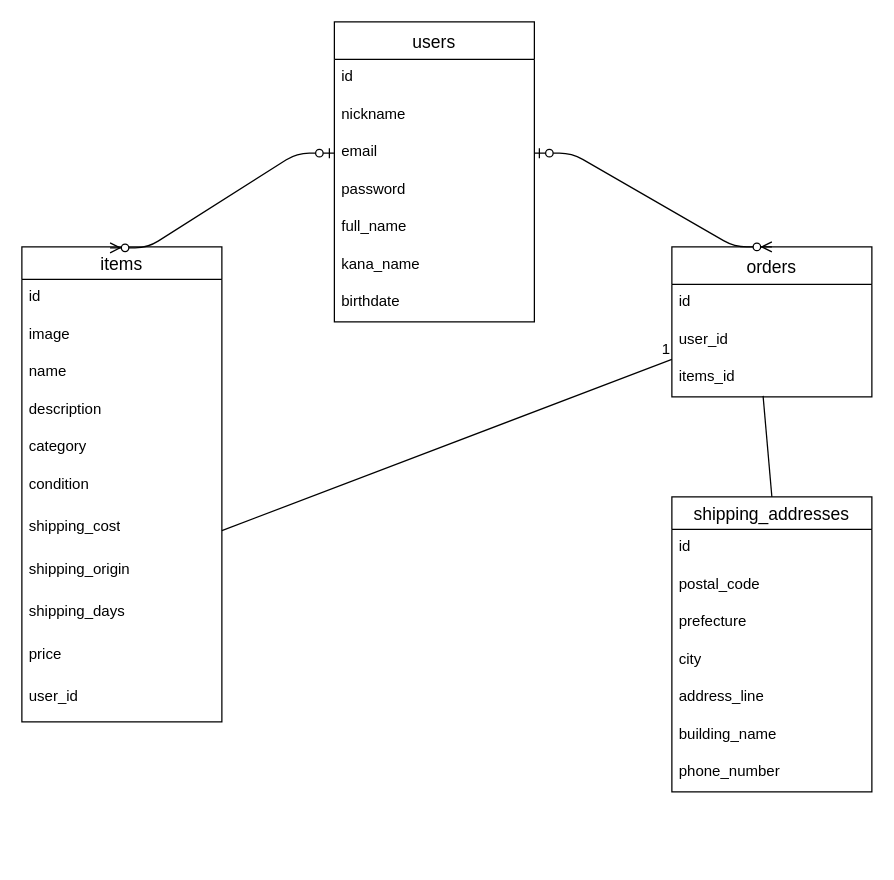
Before: furima-41578.dio in kei0316/furima-41578, a draw.io diagram. Source tidied: cells renumbered, new cells numbered last; positions are measured from the earlier drawing's top-left corner, leaving out a move shared by most shapes. Both pictures are drawn from the tidied source at 125%, with x=0, y=0 at pixel (21, 21).
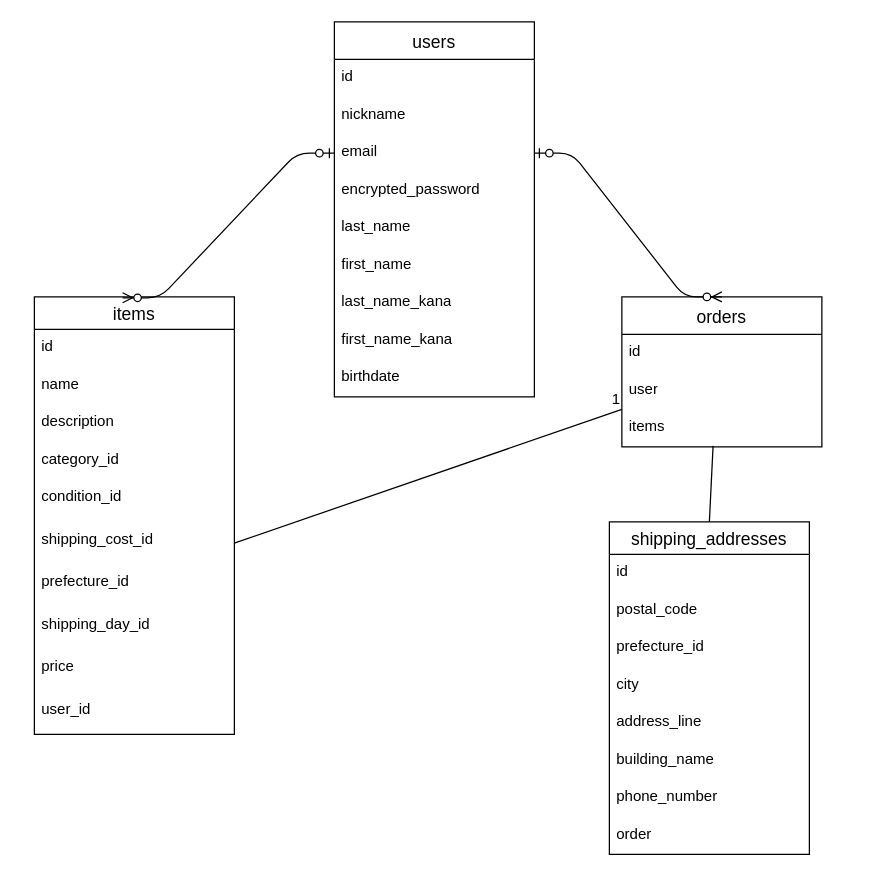
After the change.

Commit message (it also covers changes not shown here):
修正しました。

Diff of the diagram source:
```diff
@@
     <mxCell id="2" value="items" style="swimlane;fontStyle=0;horizontal=1;startSize=26;align=center;fontSize=14;" parent="1" vertex="1">
-      <mxGeometry y="180" width="160" height="380" as="geometry" />
+      <mxGeometry x="10" y="220" width="160" height="350" as="geometry" />
     </mxCell>
@@
-    <mxCell id="4" value="image" style="text;strokeColor=none;fillColor=none;spacingLeft=4;spacingRight=4;overflow=hidden;fontSize=12;whiteSpace=wrap;html=1;" parent="2" vertex="1">
-      <mxGeometry y="56" width="160" height="30" as="geometry" />
-    </mxCell>
     <mxCell id="5" value="name" style="text;strokeColor=none;fillColor=none;spacingLeft=4;spacingRight=4;overflow=hidden;fontSize=12;whiteSpace=wrap;html=1;" parent="2" vertex="1">
-      <mxGeometry y="86" width="160" height="30" as="geometry" />
+      <mxGeometry y="56" width="160" height="30" as="geometry" />
     </mxCell>
     <mxCell id="6" value="description" style="text;strokeColor=none;fillColor=none;spacingLeft=4;spacingRight=4;overflow=hidden;fontSize=12;whiteSpace=wrap;html=1;" parent="2" vertex="1">
-      <mxGeometry y="116" width="160" height="30" as="geometry" />
+      <mxGeometry y="86" width="160" height="30" as="geometry" />
     </mxCell>
-    <mxCell id="7" value="category" style="text;strokeColor=none;fillColor=none;spacingLeft=4;spacingRight=4;overflow=hidden;fontSize=12;whiteSpace=wrap;html=1;" parent="2" vertex="1">
-      <mxGeometry y="146" width="160" height="30" as="geometry" />
+    <mxCell id="7" value="category_id" style="text;strokeColor=none;fillColor=none;spacingLeft=4;spacingRight=4;overflow=hidden;fontSize=12;whiteSpace=wrap;html=1;" parent="2" vertex="1">
+      <mxGeometry y="116" width="160" height="30" as="geometry" />
     </mxCell>
-    <mxCell id="8" value="condition" style="text;strokeColor=none;fillColor=none;spacingLeft=4;spacingRight=4;overflow=hidden;fontSize=12;whiteSpace=wrap;html=1;" parent="2" vertex="1">
-      <mxGeometry y="176" width="160" height="34" as="geometry" />
+    <mxCell id="8" value="condition_id" style="text;strokeColor=none;fillColor=none;spacingLeft=4;spacingRight=4;overflow=hidden;fontSize=12;whiteSpace=wrap;html=1;" parent="2" vertex="1">
+      <mxGeometry y="146" width="160" height="34" as="geometry" />
     </mxCell>
-    <mxCell id="9" value="shipping_cost" style="text;strokeColor=none;fillColor=none;spacingLeft=4;spacingRight=4;overflow=hidden;points=[[0,0.5],[1,0.5]];portConstraint=eastwest;fontSize=12;whiteSpace=wrap;html=1;" parent="2" vertex="1">
-      <mxGeometry y="210" width="160" height="34" as="geometry" />
+    <mxCell id="9" value="shipping_cost_id" style="text;strokeColor=none;fillColor=none;spacingLeft=4;spacingRight=4;overflow=hidden;points=[[0,0.5],[1,0.5]];portConstraint=eastwest;fontSize=12;whiteSpace=wrap;html=1;" parent="2" vertex="1">
+      <mxGeometry y="180" width="160" height="34" as="geometry" />
     </mxCell>
-    <mxCell id="10" value="shipping_origin" style="text;strokeColor=none;fillColor=none;spacingLeft=4;spacingRight=4;overflow=hidden;fontSize=12;whiteSpace=wrap;html=1;" parent="2" vertex="1">
-      <mxGeometry y="244" width="160" height="34" as="geometry" />
+    <mxCell id="10" value="prefecture_id" style="text;strokeColor=none;fillColor=none;spacingLeft=4;spacingRight=4;overflow=hidden;fontSize=12;whiteSpace=wrap;html=1;" parent="2" vertex="1">
+      <mxGeometry y="214" width="160" height="34" as="geometry" />
     </mxCell>
-    <mxCell id="11" value="shipping_days" style="text;strokeColor=none;fillColor=none;spacingLeft=4;spacingRight=4;overflow=hidden;fontSize=12;whiteSpace=wrap;html=1;" parent="2" vertex="1">
-      <mxGeometry y="278" width="160" height="34" as="geometry" />
+    <mxCell id="11" value="shipping_day_id" style="text;strokeColor=none;fillColor=none;spacingLeft=4;spacingRight=4;overflow=hidden;fontSize=12;whiteSpace=wrap;html=1;" parent="2" vertex="1">
+      <mxGeometry y="248" width="160" height="34" as="geometry" />
     </mxCell>
     <mxCell id="12" value="price" style="text;strokeColor=none;fillColor=none;spacingLeft=4;spacingRight=4;overflow=hidden;fontSize=12;whiteSpace=wrap;html=1;" parent="2" vertex="1">
-      <mxGeometry y="312" width="160" height="34" as="geometry" />
+      <mxGeometry y="282" width="160" height="34" as="geometry" />
     </mxCell>
     <mxCell id="13" value="user_id" style="text;strokeColor=none;fillColor=none;spacingLeft=4;spacingRight=4;overflow=hidden;fontSize=12;whiteSpace=wrap;html=1;" parent="2" vertex="1">
-      <mxGeometry y="346" width="160" height="34" as="geometry" />
+      <mxGeometry y="316" width="160" height="34" as="geometry" />
     </mxCell>
     <mxCell id="14" value="orders" style="swimlane;fontStyle=0;horizontal=1;startSize=30;align=center;fontSize=14;" parent="1" vertex="1">
-      <mxGeometry x="520" y="180" width="160" height="120" as="geometry" />
+      <mxGeometry x="480" y="220" width="160" height="120" as="geometry" />
     </mxCell>
@@
-    <mxCell id="16" value="user_id" style="text;strokeColor=none;fillColor=none;spacingLeft=4;spacingRight=4;overflow=hidden;fontSize=12;whiteSpace=wrap;html=1;" parent="14" vertex="1">
+    <mxCell id="16" value="user" style="text;strokeColor=none;fillColor=none;spacingLeft=4;spacingRight=4;overflow=hidden;fontSize=12;whiteSpace=wrap;html=1;" parent="14" vertex="1">
       <mxGeometry y="60" width="160" height="30" as="geometry" />
     </mxCell>
-    <mxCell id="17" value="items_id" style="text;strokeColor=none;fillColor=none;spacingLeft=4;spacingRight=4;overflow=hidden;points=[[0,0.5],[1,0.5]];portConstraint=eastwest;fontSize=12;whiteSpace=wrap;html=1;" parent="14" vertex="1">
+    <mxCell id="17" value="items" style="text;strokeColor=none;fillColor=none;spacingLeft=4;spacingRight=4;overflow=hidden;points=[[0,0.5],[1,0.5]];portConstraint=eastwest;fontSize=12;whiteSpace=wrap;html=1;" parent="14" vertex="1">
       <mxGeometry y="90" width="160" height="30" as="geometry" />
     </mxCell>
     <mxCell id="18" value="users" style="swimlane;fontStyle=0;horizontal=1;startSize=30;align=center;fontSize=14;" parent="1" vertex="1">
-      <mxGeometry x="250" width="160" height="240" as="geometry" />
+      <mxGeometry x="250" width="160" height="300" as="geometry" />
     </mxCell>
@@
-    <mxCell id="22" value="password" style="text;strokeColor=none;fillColor=none;spacingLeft=4;spacingRight=4;overflow=hidden;fontSize=12;whiteSpace=wrap;html=1;" parent="18" vertex="1">
+    <mxCell id="22" value="encrypted_password" style="text;strokeColor=none;fillColor=none;spacingLeft=4;spacingRight=4;overflow=hidden;fontSize=12;whiteSpace=wrap;html=1;" parent="18" vertex="1">
       <mxGeometry y="120" width="160" height="30" as="geometry" />
     </mxCell>
-    <mxCell id="23" value="full_name" style="text;strokeColor=none;fillColor=none;spacingLeft=4;spacingRight=4;overflow=hidden;fontSize=12;whiteSpace=wrap;html=1;" parent="18" vertex="1">
+    <mxCell id="23" value="last_name" style="text;strokeColor=none;fillColor=none;spacingLeft=4;spacingRight=4;overflow=hidden;fontSize=12;whiteSpace=wrap;html=1;" parent="18" vertex="1">
       <mxGeometry y="150" width="160" height="30" as="geometry" />
     </mxCell>
-    <mxCell id="24" value="kana_name" style="text;strokeColor=none;fillColor=none;spacingLeft=4;spacingRight=4;overflow=hidden;fontSize=12;whiteSpace=wrap;html=1;" parent="18" vertex="1">
+    <mxCell id="24" value="first_name" style="text;strokeColor=none;fillColor=none;spacingLeft=4;spacingRight=4;overflow=hidden;fontSize=12;whiteSpace=wrap;html=1;" parent="18" vertex="1">
       <mxGeometry y="180" width="160" height="30" as="geometry" />
     </mxCell>
-    <mxCell id="25" value="birthdate" style="text;strokeColor=none;fillColor=none;spacingLeft=4;spacingRight=4;overflow=hidden;fontSize=12;whiteSpace=wrap;html=1;" parent="18" vertex="1">
+    <mxCell id="25" value="last_name_kana" style="text;strokeColor=none;fillColor=none;spacingLeft=4;spacingRight=4;overflow=hidden;fontSize=12;whiteSpace=wrap;html=1;" parent="18" vertex="1">
       <mxGeometry y="210" width="160" height="30" as="geometry" />
     </mxCell>
+    <mxCell id="39" value="first_name_kana" style="text;strokeColor=none;fillColor=none;spacingLeft=4;spacingRight=4;overflow=hidden;fontSize=12;whiteSpace=wrap;html=1;" parent="18" vertex="1">
+      <mxGeometry y="240" width="160" height="30" as="geometry" />
+    </mxCell>
+    <mxCell id="40" value="birthdate" style="text;strokeColor=none;fillColor=none;spacingLeft=4;spacingRight=4;overflow=hidden;fontSize=12;whiteSpace=wrap;html=1;" parent="18" vertex="1">
+      <mxGeometry y="270" width="160" height="30" as="geometry" />
+    </mxCell>
@@
     <mxCell id="30" value="shipping_addresses" style="swimlane;fontStyle=0;horizontal=1;startSize=26;align=center;fontSize=14;" parent="1" vertex="1">
-      <mxGeometry x="520" y="380" width="160" height="236" as="geometry" />
+      <mxGeometry x="470" y="400" width="160" height="266" as="geometry" />
     </mxCell>
@@
-    <mxCell id="33" value="prefecture" style="text;strokeColor=none;fillColor=none;spacingLeft=4;spacingRight=4;overflow=hidden;fontSize=12;whiteSpace=wrap;html=1;" parent="30" vertex="1">
+    <mxCell id="33" value="prefecture_id" style="text;strokeColor=none;fillColor=none;spacingLeft=4;spacingRight=4;overflow=hidden;fontSize=12;whiteSpace=wrap;html=1;" parent="30" vertex="1">
       <mxGeometry y="86" width="160" height="30" as="geometry" />
     </mxCell>
@@
+    <mxCell id="41" value="order" style="text;strokeColor=none;fillColor=none;spacingLeft=4;spacingRight=4;overflow=hidden;fontSize=12;whiteSpace=wrap;html=1;" parent="30" vertex="1">
+      <mxGeometry y="236" width="160" height="30" as="geometry" />
+    </mxCell>
```
